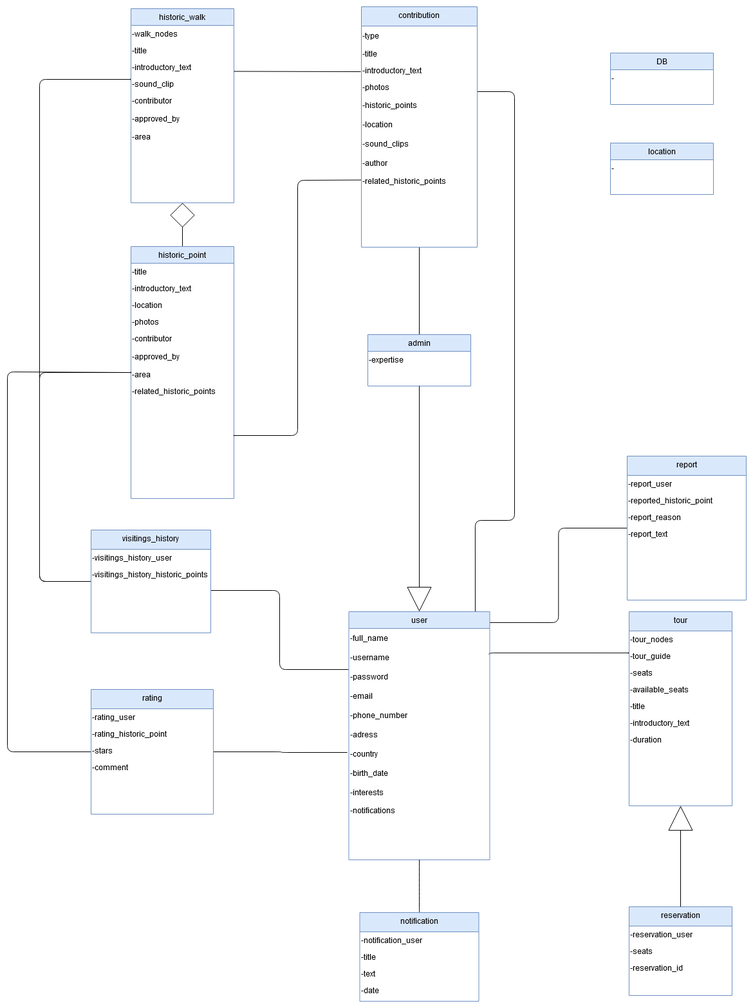
Before: NOTES/Domain Model.png, a diagram exported from draw.io (Nektar24/software-engineering). Source tidied: cells renumbered, new cells last; positions are measured from the earlier drawing's top-left corner, leaving out a move shared by most shapes.
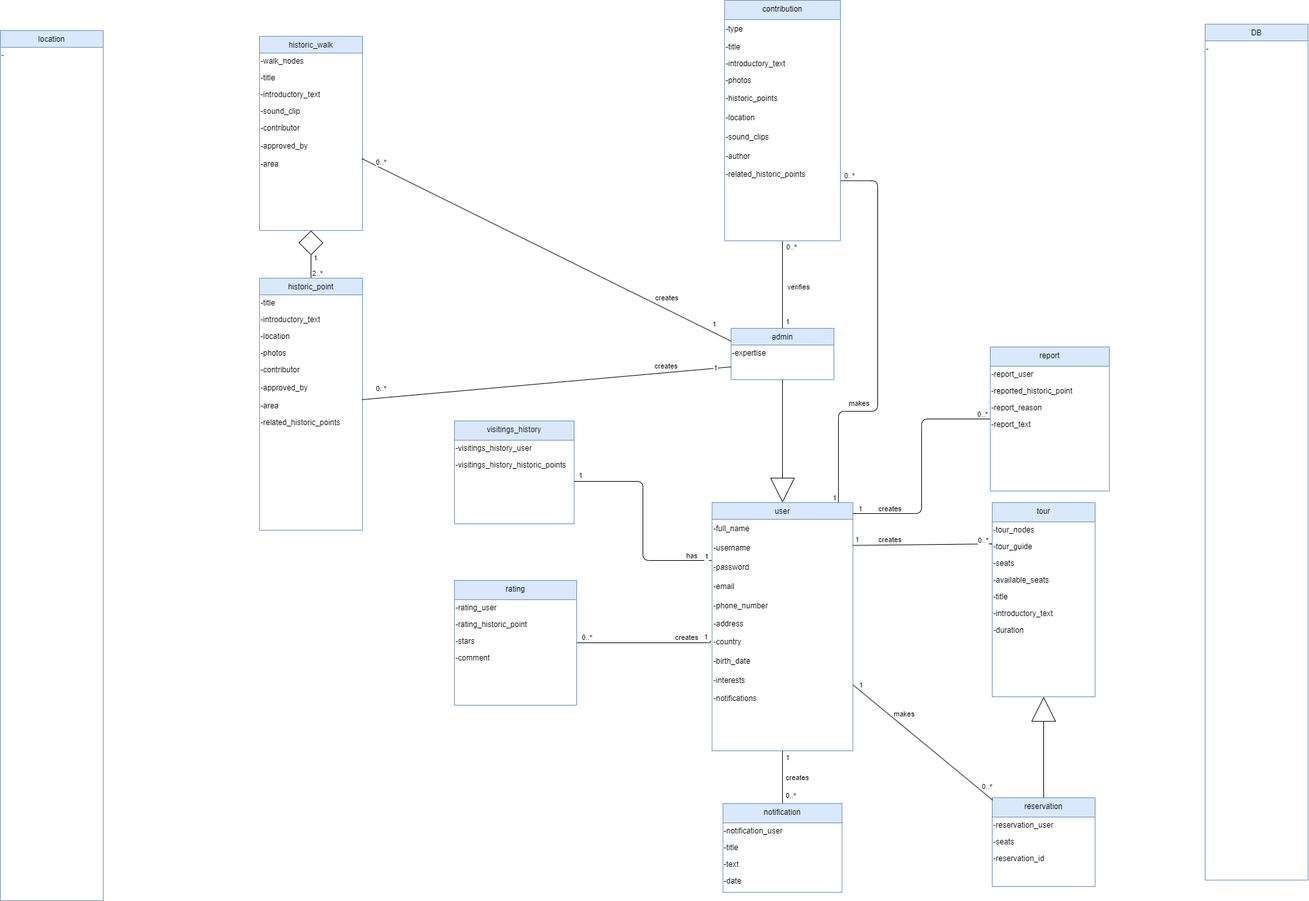
After the commit.

Commit message:
domain model improvements

What changed in the source:
```diff
@@ -4,5 +4,4 @@
     <mxCell id="1" parent="0" />
-    <mxCell id="2" style="edgeStyle=orthogonalEdgeStyle;rounded=1;jettySize=auto;html=1;entryX=1;entryY=0.5;entryDx=0;entryDy=0;elbow=vertical;strokeColor=default;align=center;verticalAlign=middle;fontFamily=Helvetica;fontSize=11;fontColor=default;labelBackgroundColor=default;endArrow=baseDash;endFill=0;endSize=0;curved=0;exitX=0.897;exitY=0;exitDx=0;exitDy=0;exitPerimeter=0;" parent="1" edge="1" source="60">
+    <mxCell id="2" style="edgeStyle=orthogonalEdgeStyle;rounded=1;jettySize=auto;html=1;entryX=1;entryY=0.75;entryDx=0;entryDy=0;elbow=vertical;strokeColor=default;align=center;verticalAlign=middle;fontFamily=Helvetica;fontSize=11;fontColor=default;labelBackgroundColor=default;endArrow=baseDash;endFill=0;endSize=0;curved=0;exitX=0.897;exitY=0;exitDx=0;exitDy=0;exitPerimeter=0;" parent="1" edge="1" source="60" target="71">
       <mxGeometry relative="1" as="geometry">
-        <mxPoint x="730" y="132" as="targetPoint" />
         <Array as="points">
@@ -10,3 +9,3 @@
           <mxPoint x="788" y="799" />
-          <mxPoint x="788" y="132" />
+          <mxPoint x="788" y="441" />
         </Array>
@@ -14,2 +13,17 @@
     </mxCell>
+    <mxCell id="91" value="1" style="edgeLabel;html=1;align=center;verticalAlign=middle;" parent="2" vertex="1">
+      <mxGeometry x="-0.97" relative="1" as="geometry">
+        <mxPoint x="-7" y="2" as="offset" />
+      </mxGeometry>
+    </mxCell>
+    <mxCell id="92" value="makes" style="edgeLabel;html=1;align=center;verticalAlign=middle;" parent="2" vertex="1">
+      <mxGeometry x="-0.87" y="1" relative="1" as="geometry">
+        <mxPoint x="32" y="-113" as="offset" />
+      </mxGeometry>
+    </mxCell>
+    <mxCell id="93" value="0..*" style="edgeLabel;html=1;align=center;verticalAlign=middle;" parent="2" vertex="1">
+      <mxGeometry x="0.96" y="-2" relative="1" as="geometry">
+        <mxPoint x="1" y="-7" as="offset" />
+      </mxGeometry>
+    </mxCell>
     <mxCell id="3" style="edgeStyle=orthogonalEdgeStyle;rounded=1;jettySize=auto;html=1;exitX=-0.002;exitY=1.133;exitDx=0;exitDy=0;strokeColor=default;align=center;verticalAlign=middle;fontFamily=Helvetica;fontSize=11;fontColor=default;labelBackgroundColor=default;elbow=vertical;endArrow=baseDash;endFill=0;endSize=0;curved=0;exitPerimeter=0;" parent="1" edge="1" source="62">
@@ -23,9 +37,35 @@
     </mxCell>
+    <mxCell id="94" value="1" style="edgeLabel;html=1;align=center;verticalAlign=middle;" parent="3" vertex="1">
+      <mxGeometry x="-0.93" relative="1" as="geometry">
+        <mxPoint x="1" y="-7" as="offset" />
+      </mxGeometry>
+    </mxCell>
+    <mxCell id="95" value="1" style="edgeLabel;html=1;align=center;verticalAlign=middle;" parent="3" vertex="1">
+      <mxGeometry x="0.93" relative="1" as="geometry">
+        <mxPoint x="-3" y="-10" as="offset" />
+      </mxGeometry>
+    </mxCell>
+    <mxCell id="96" value="has" style="edgeLabel;html=1;align=center;verticalAlign=middle;" parent="3" vertex="1">
+      <mxGeometry x="-0.76" y="-1" relative="1" as="geometry">
+        <mxPoint x="8" y="-7" as="offset" />
+      </mxGeometry>
+    </mxCell>
-    <mxCell id="4" style="edgeStyle=orthogonalEdgeStyle;rounded=1;jettySize=auto;html=1;strokeColor=default;align=center;verticalAlign=middle;fontFamily=Helvetica;fontSize=11;fontColor=default;labelBackgroundColor=default;elbow=vertical;endArrow=baseDash;endFill=0;endSize=0;curved=0;exitX=0.996;exitY=0.353;exitDx=0;exitDy=0;exitPerimeter=0;entryX=-0.007;entryY=0.317;entryDx=0;entryDy=0;entryPerimeter=0;" parent="1" edge="1" source="62" target="37">
-      <mxGeometry relative="1" as="geometry">
-        <Array as="points">
-          <mxPoint x="749" y="1005" />
-        </Array>
-      </mxGeometry>
+    <mxCell id="4" style="rounded=1;jettySize=auto;html=1;strokeColor=default;align=center;verticalAlign=middle;fontFamily=Helvetica;fontSize=11;fontColor=default;labelBackgroundColor=default;elbow=vertical;endArrow=baseDash;endFill=0;endSize=0;exitX=0.996;exitY=0.353;exitDx=0;exitDy=0;exitPerimeter=0;entryX=-0.007;entryY=0.317;entryDx=0;entryDy=0;entryPerimeter=0;" parent="1" edge="1" source="62" target="37">
+      <mxGeometry relative="1" as="geometry" />
     </mxCell>
+    <mxCell id="97" value="1" style="edgeLabel;html=1;align=center;verticalAlign=middle;" parent="4" vertex="1">
+      <mxGeometry x="-0.85" y="-1" relative="1" as="geometry">
+        <mxPoint x="-9" y="-11" as="offset" />
+      </mxGeometry>
+    </mxCell>
+    <mxCell id="98" value="0..*" style="edgeLabel;html=1;align=center;verticalAlign=middle;" parent="4" vertex="1">
+      <mxGeometry x="0.85" y="-1" relative="1" as="geometry">
+        <mxPoint x="2" y="-8" as="offset" />
+      </mxGeometry>
+    </mxCell>
+    <mxCell id="99" value="creates" style="edgeLabel;html=1;align=center;verticalAlign=middle;" parent="4" vertex="1">
+      <mxGeometry x="-0.27" y="-1" relative="1" as="geometry">
+        <mxPoint x="-23" y="-10" as="offset" />
+      </mxGeometry>
+    </mxCell>
     <mxCell id="5" style="edgeStyle=orthogonalEdgeStyle;curved=0;rounded=1;jettySize=auto;html=1;entryX=0;entryY=0.5;entryDx=0;entryDy=0;strokeColor=default;align=center;verticalAlign=middle;fontFamily=Helvetica;fontSize=11;fontColor=default;labelBackgroundColor=default;elbow=vertical;endArrow=baseDash;endFill=0;endSize=0;exitX=0.996;exitY=0.044;exitDx=0;exitDy=0;exitPerimeter=0;" parent="1" edge="1" source="60" target="47">
@@ -33,5 +73,39 @@
     </mxCell>
+    <mxCell id="100" value="1" style="edgeLabel;html=1;align=center;verticalAlign=middle;" parent="5" vertex="1">
+      <mxGeometry x="-0.88" y="1" relative="1" as="geometry">
+        <mxPoint x="-11" y="-7" as="offset" />
+      </mxGeometry>
+    </mxCell>
+    <mxCell id="101" value="creates" style="edgeLabel;html=1;align=center;verticalAlign=middle;" parent="5" vertex="1">
+      <mxGeometry x="-0.68" y="1" relative="1" as="geometry">
+        <mxPoint y="-7" as="offset" />
+      </mxGeometry>
+    </mxCell>
+    <mxCell id="102" value="0..*" style="edgeLabel;html=1;align=center;verticalAlign=middle;" parent="5" vertex="1">
+      <mxGeometry x="0.91" y="1" relative="1" as="geometry">
+        <mxPoint x="3" y="-7" as="offset" />
+      </mxGeometry>
+    </mxCell>
     <mxCell id="6" style="edgeStyle=orthogonalEdgeStyle;curved=0;rounded=1;jettySize=auto;html=1;entryX=1;entryY=0.5;entryDx=0;entryDy=0;strokeColor=default;align=center;verticalAlign=middle;fontFamily=Helvetica;fontSize=11;fontColor=default;labelBackgroundColor=default;elbow=vertical;endArrow=baseDash;endFill=0;endSize=0;exitX=-0.011;exitY=0.433;exitDx=0;exitDy=0;exitPerimeter=0;" parent="1" edge="1" source="67" target="53">
-      <mxGeometry relative="1" as="geometry" />
+      <mxGeometry relative="1" as="geometry">
+        <Array as="points">
+          <mxPoint x="528" y="1159" />
+        </Array>
+      </mxGeometry>
     </mxCell>
+    <mxCell id="103" value="1" style="edgeLabel;html=1;align=center;verticalAlign=middle;" parent="6" vertex="1">
+      <mxGeometry x="-0.85" y="-1" relative="1" as="geometry">
+        <mxPoint x="4" y="-9" as="offset" />
+      </mxGeometry>
+    </mxCell>
+    <mxCell id="104" value="0..*" style="edgeLabel;html=1;align=center;verticalAlign=middle;" parent="6" vertex="1">
+      <mxGeometry x="0.87" y="1" relative="1" as="geometry">
+        <mxPoint x="1" y="-10" as="offset" />
+      </mxGeometry>
+    </mxCell>
+    <mxCell id="105" value="creates" style="edgeLabel;html=1;align=center;verticalAlign=middle;" parent="6" vertex="1">
+      <mxGeometry x="-0.64" relative="1" as="geometry">
+        <mxPoint x="-4" y="-9" as="offset" />
+      </mxGeometry>
+    </mxCell>
     <mxCell id="7" style="edgeStyle=orthogonalEdgeStyle;curved=0;rounded=1;jettySize=auto;html=1;exitX=0.5;exitY=0;exitDx=0;exitDy=0;entryX=0.5;entryY=1;entryDx=0;entryDy=0;strokeColor=default;align=center;verticalAlign=middle;fontFamily=Helvetica;fontSize=11;fontColor=default;labelBackgroundColor=default;elbow=vertical;endArrow=baseDash;endFill=0;endSize=0;" parent="1" edge="1" source="8" target="71">
@@ -39,4 +113,19 @@
     </mxCell>
+    <mxCell id="106" value="verifies" style="edgeLabel;html=1;align=center;verticalAlign=middle;" parent="7" vertex="1">
+      <mxGeometry x="-0.77" relative="1" as="geometry">
+        <mxPoint x="24" y="-50" as="offset" />
+      </mxGeometry>
+    </mxCell>
+    <mxCell id="107" value="1" style="edgeLabel;html=1;align=center;verticalAlign=middle;" parent="7" vertex="1">
+      <mxGeometry x="-0.83" relative="1" as="geometry">
+        <mxPoint x="7" y="1" as="offset" />
+      </mxGeometry>
+    </mxCell>
+    <mxCell id="108" value="0..*" style="edgeLabel;html=1;align=center;verticalAlign=middle;" parent="7" vertex="1">
+      <mxGeometry x="0.86" relative="1" as="geometry">
+        <mxPoint x="13" as="offset" />
+      </mxGeometry>
+    </mxCell>
     <mxCell id="8" value="admin" style="swimlane;fontStyle=0;align=center;verticalAlign=top;horizontal=1;startSize=26;rounded=0;shadow=0;strokeWidth=1;fillColor=#dae8fc;strokeColor=#6c8ebf;" parent="1" vertex="1">
-      <mxGeometry x="560" y="510" width="160" height="80" as="geometry" />
+      <mxGeometry x="560" y="670" width="160" height="80" as="geometry" />
     </mxCell>
@@ -49,3 +138,3 @@
     <mxCell id="11" value="historic_walk" style="swimlane;fontStyle=0;align=center;verticalAlign=top;horizontal=1;startSize=26;rounded=0;shadow=0;strokeWidth=1;fillColor=#dae8fc;strokeColor=#6c8ebf;" parent="1" vertex="1">
-      <mxGeometry x="192" y="3" width="160" height="302" as="geometry" />
+      <mxGeometry x="-173" y="216" width="160" height="302" as="geometry" />
     </mxCell>
@@ -75,4 +164,14 @@
     </mxCell>
+    <mxCell id="109" value="2..*" style="edgeLabel;html=1;align=center;verticalAlign=middle;" parent="19" vertex="1">
+      <mxGeometry x="-0.69" y="-2" relative="1" as="geometry">
+        <mxPoint x="7" y="4" as="offset" />
+      </mxGeometry>
+    </mxCell>
+    <mxCell id="110" value="1" style="edgeLabel;html=1;align=center;verticalAlign=middle;" parent="19" vertex="1">
+      <mxGeometry x="-0.14" y="-1" relative="1" as="geometry">
+        <mxPoint x="5" as="offset" />
+      </mxGeometry>
+    </mxCell>
     <mxCell id="20" value="historic_point" style="swimlane;fontStyle=0;align=center;verticalAlign=top;horizontal=1;startSize=26;rounded=0;shadow=0;strokeWidth=1;fillColor=#dae8fc;strokeColor=#6c8ebf;" parent="1" vertex="1">
-      <mxGeometry x="192" y="373" width="160" height="392" as="geometry" />
+      <mxGeometry x="-173" y="592" width="160" height="392" as="geometry" />
     </mxCell>
@@ -102,26 +201,2 @@
     </mxCell>
-    <mxCell id="29" style="edgeStyle=orthogonalEdgeStyle;curved=0;rounded=1;jettySize=auto;html=1;exitX=0;exitY=0.75;exitDx=0;exitDy=0;entryX=1;entryY=0.75;entryDx=0;entryDy=0;strokeColor=default;align=center;verticalAlign=middle;fontFamily=Helvetica;fontSize=11;fontColor=default;labelBackgroundColor=default;elbow=vertical;endArrow=baseDash;endFill=0;endSize=0;" parent="1" edge="1" target="20">
-      <mxGeometry relative="1" as="geometry">
-        <mxPoint x="550" y="269.5" as="sourcePoint" />
-      </mxGeometry>
-    </mxCell>
-    <mxCell id="30" style="edgeStyle=orthogonalEdgeStyle;rounded=1;jettySize=auto;html=1;strokeColor=default;align=center;verticalAlign=middle;fontFamily=Helvetica;fontSize=11;fontColor=default;labelBackgroundColor=default;elbow=vertical;endArrow=baseDash;entryX=0;entryY=0.5;entryDx=0;entryDy=0;endFill=0;endSize=0;curved=0;exitX=0;exitY=0.5;exitDx=0;exitDy=0;" parent="1" edge="1" source="32" target="20">
-      <mxGeometry relative="1" as="geometry">
-        <Array as="points">
-          <mxPoint x="117" y="894" />
-          <mxPoint x="50" y="894" />
-          <mxPoint x="50" y="569" />
-        </Array>
-      </mxGeometry>
-    </mxCell>
-    <mxCell id="31" style="edgeStyle=orthogonalEdgeStyle;curved=0;rounded=1;jettySize=auto;html=1;strokeColor=default;align=center;verticalAlign=middle;fontFamily=Helvetica;fontSize=11;fontColor=default;labelBackgroundColor=default;elbow=vertical;endArrow=baseDash;endFill=0;endSize=0;exitX=0;exitY=0.5;exitDx=0;exitDy=0;" parent="1" edge="1" source="32">
-      <mxGeometry relative="1" as="geometry">
-        <mxPoint x="191" y="113" as="targetPoint" />
-        <Array as="points">
-          <mxPoint x="117" y="894" />
-          <mxPoint x="50" y="894" />
-          <mxPoint x="50" y="113" />
-        </Array>
-      </mxGeometry>
-    </mxCell>
     <mxCell id="32" value="visitings_history" style="swimlane;fontStyle=0;align=center;verticalAlign=top;horizontal=1;startSize=30;rounded=0;shadow=0;strokeWidth=1;fillColor=#dae8fc;strokeColor=#6c8ebf;" parent="1" vertex="1">
@@ -186,10 +261,2 @@
     </mxCell>
-    <mxCell id="52" style="edgeStyle=orthogonalEdgeStyle;curved=0;rounded=1;jettySize=auto;html=1;exitX=0;exitY=0.5;exitDx=0;exitDy=0;entryX=0;entryY=0.5;entryDx=0;entryDy=0;strokeColor=default;align=center;verticalAlign=middle;fontFamily=Helvetica;fontSize=11;fontColor=default;labelBackgroundColor=default;elbow=vertical;endArrow=baseDash;endFill=0;endSize=0;" parent="1" edge="1" source="53" target="20">
-      <mxGeometry relative="1" as="geometry">
-        <Array as="points">
-          <mxPoint y="1159" />
-          <mxPoint y="568" />
-        </Array>
-      </mxGeometry>
-    </mxCell>
     <mxCell id="53" value="rating" style="swimlane;fontStyle=0;align=center;verticalAlign=top;horizontal=1;startSize=30;rounded=0;shadow=0;strokeWidth=1;fillColor=#dae8fc;strokeColor=#6c8ebf;" parent="1" vertex="1">
@@ -212,7 +279,2 @@
     </mxCell>
-    <mxCell id="59" style="endArrow=none;html=1;rounded=1;exitX=1;exitY=0.751;exitDx=0;exitDy=0;curved=0;exitPerimeter=0;" parent="1" edge="1" source="14">
-      <mxGeometry relative="1" as="geometry">
-        <mxPoint x="549" y="101" as="targetPoint" />
-      </mxGeometry>
-    </mxCell>
     <mxCell id="60" value="user" style="swimlane;fontStyle=0;align=center;verticalAlign=top;horizontal=1;startSize=26;rounded=0;shadow=0;strokeWidth=1;fillColor=#dae8fc;strokeColor=#6c8ebf;" parent="1" vertex="1">
@@ -235,19 +297,19 @@
     </mxCell>
-    <mxCell id="66" value="-adress" style="text;html=1;align=left;verticalAlign=middle;strokeColor=none;fillColor=none;fontSize=12;" parent="60" vertex="1">
-      <mxGeometry y="176" width="219" height="30" as="geometry" />
+    <mxCell id="66" value="-address" style="text;html=1;align=left;verticalAlign=middle;strokeColor=none;fillColor=none;fontSize=12;" parent="60" vertex="1">
+      <mxGeometry y="176" width="219" height="26" as="geometry" />
     </mxCell>
     <mxCell id="67" value="-country" style="text;html=1;align=left;verticalAlign=middle;points=[];strokeColor=none;fillColor=none;fontSize=12;" parent="60" vertex="1">
-      <mxGeometry y="206" width="219" height="30" as="geometry" />
+      <mxGeometry y="202" width="219" height="30" as="geometry" />
     </mxCell>
     <mxCell id="68" value="-birth_date" style="text;html=1;align=left;verticalAlign=middle;strokeColor=none;fillColor=none;fontSize=12;" parent="60" vertex="1">
-      <mxGeometry y="236" width="219" height="30" as="geometry" />
+      <mxGeometry y="232" width="219" height="30" as="geometry" />
     </mxCell>
     <mxCell id="69" value="-interests" style="text;html=1;align=left;verticalAlign=middle;strokeColor=none;fillColor=none;fontSize=12;" parent="60" vertex="1">
-      <mxGeometry y="266" width="219" height="30" as="geometry" />
+      <mxGeometry y="262" width="219" height="30" as="geometry" />
     </mxCell>
     <mxCell id="70" value="-notifications" style="text;html=1;align=left;verticalAlign=middle;strokeColor=none;fillColor=none;fontSize=12;" parent="60" vertex="1">
-      <mxGeometry y="296" width="219" height="26" as="geometry" />
+      <mxGeometry y="292" width="219" height="26" as="geometry" />
     </mxCell>
     <mxCell id="71" value="contribution" style="swimlane;fontStyle=0;align=center;verticalAlign=top;horizontal=1;startSize=30;rounded=0;shadow=0;strokeWidth=1;fillColor=#dae8fc;strokeColor=#6c8ebf;" parent="1" vertex="1">
-      <mxGeometry x="550" width="180" height="374" as="geometry" />
+      <mxGeometry x="550" y="160" width="180" height="374" as="geometry" />
     </mxCell>
@@ -283,2 +345,17 @@
     </mxCell>
+    <mxCell id="111" value="creates" style="edgeLabel;html=1;align=center;verticalAlign=middle;" parent="81" vertex="1">
+      <mxGeometry x="0.08" y="-1" relative="1" as="geometry">
+        <mxPoint x="21" y="4" as="offset" />
+      </mxGeometry>
+    </mxCell>
+    <mxCell id="112" value="1" style="edgeLabel;html=1;align=center;verticalAlign=middle;" parent="81" vertex="1">
+      <mxGeometry x="0.79" y="-2" relative="1" as="geometry">
+        <mxPoint x="5" as="offset" />
+      </mxGeometry>
+    </mxCell>
+    <mxCell id="113" value="0..*" style="edgeLabel;html=1;align=center;verticalAlign=middle;" parent="81" vertex="1">
+      <mxGeometry x="-0.72" y="-1" relative="1" as="geometry">
+        <mxPoint x="11" y="-1" as="offset" />
+      </mxGeometry>
+    </mxCell>
     <mxCell id="82" value="notification" style="swimlane;fontStyle=0;align=center;verticalAlign=top;horizontal=1;startSize=30;rounded=0;shadow=0;strokeWidth=1;fillColor=#dae8fc;strokeColor=#6c8ebf;" parent="1" vertex="1">
@@ -299,3 +376,3 @@
     <mxCell id="87" value="DB" style="swimlane;fontStyle=0;align=center;verticalAlign=top;horizontal=1;startSize=26;rounded=0;shadow=0;strokeWidth=1;fillColor=#dae8fc;strokeColor=#6c8ebf;" parent="1" vertex="1">
-      <mxGeometry x="937" y="72" width="160" height="80" as="geometry" />
+      <mxGeometry x="1297" y="197" width="160" height="1331" as="geometry" />
     </mxCell>
@@ -305,3 +382,3 @@
     <mxCell id="89" value="location" style="swimlane;fontStyle=0;align=center;verticalAlign=top;horizontal=1;startSize=26;rounded=0;shadow=0;strokeWidth=1;fillColor=#dae8fc;strokeColor=#6c8ebf;" parent="1" vertex="1">
-      <mxGeometry x="937" y="212" width="160" height="80" as="geometry" />
+      <mxGeometry x="-576" y="207" width="160" height="1353" as="geometry" />
     </mxCell>
@@ -310,2 +387,56 @@
     </mxCell>
+    <mxCell id="114" style="rounded=1;jettySize=auto;html=1;exitX=0;exitY=0.25;exitDx=0;exitDy=0;strokeColor=default;align=center;verticalAlign=middle;fontFamily=Helvetica;fontSize=11;fontColor=default;labelBackgroundColor=default;elbow=vertical;endArrow=baseDash;endFill=0;endSize=0;" parent="1" edge="1" source="8" target="11">
+      <mxGeometry relative="1" as="geometry" />
+    </mxCell>
+    <mxCell id="115" value="creates" style="edgeLabel;html=1;align=center;verticalAlign=middle;" parent="114" vertex="1">
+      <mxGeometry x="-0.77" relative="1" as="geometry">
+        <mxPoint x="-34" y="-35" as="offset" />
+      </mxGeometry>
+    </mxCell>
+    <mxCell id="116" value="1" style="edgeLabel;html=1;align=center;verticalAlign=middle;" parent="114" vertex="1">
+      <mxGeometry x="-0.83" relative="1" as="geometry">
+        <mxPoint x="22" y="-3" as="offset" />
+      </mxGeometry>
+    </mxCell>
+    <mxCell id="117" value="0..*" style="edgeLabel;html=1;align=center;verticalAlign=middle;" parent="114" vertex="1">
+      <mxGeometry x="0.86" relative="1" as="geometry">
+        <mxPoint x="-12" y="-15" as="offset" />
+      </mxGeometry>
+    </mxCell>
+    <mxCell id="118" style="rounded=1;jettySize=auto;html=1;exitX=0;exitY=0.75;exitDx=0;exitDy=0;strokeColor=default;align=center;verticalAlign=middle;fontFamily=Helvetica;fontSize=11;fontColor=default;labelBackgroundColor=default;elbow=vertical;endArrow=baseDash;endFill=0;endSize=0;" parent="1" edge="1" source="8" target="20">
+      <mxGeometry relative="1" as="geometry" />
+    </mxCell>
+    <mxCell id="119" value="creates" style="edgeLabel;html=1;align=center;verticalAlign=middle;" parent="118" vertex="1">
+      <mxGeometry x="-0.77" relative="1" as="geometry">
+        <mxPoint x="-35" y="-8" as="offset" />
+      </mxGeometry>
+    </mxCell>
+    <mxCell id="120" value="1" style="edgeLabel;html=1;align=center;verticalAlign=middle;" parent="118" vertex="1">
+      <mxGeometry x="-0.83" relative="1" as="geometry">
+        <mxPoint x="22" y="-3" as="offset" />
+      </mxGeometry>
+    </mxCell>
+    <mxCell id="121" value="0..*" style="edgeLabel;html=1;align=center;verticalAlign=middle;" parent="118" vertex="1">
+      <mxGeometry x="0.86" relative="1" as="geometry">
+        <mxPoint x="-12" y="-15" as="offset" />
+      </mxGeometry>
+    </mxCell>
+    <mxCell id="122" style="rounded=1;jettySize=auto;html=1;strokeColor=default;align=center;verticalAlign=middle;fontFamily=Helvetica;fontSize=11;fontColor=default;labelBackgroundColor=default;elbow=vertical;endArrow=baseDash;endFill=0;endSize=0;" parent="1" edge="1" source="60" target="43">
+      <mxGeometry relative="1" as="geometry" />
+    </mxCell>
+    <mxCell id="123" value="1" style="edgeLabel;html=1;align=center;verticalAlign=middle;" parent="122" vertex="1">
+      <mxGeometry x="-0.85" y="-1" relative="1" as="geometry">
+        <mxPoint x="-4" y="-14" as="offset" />
+      </mxGeometry>
+    </mxCell>
+    <mxCell id="124" value="0..*" style="edgeLabel;html=1;align=center;verticalAlign=middle;" parent="122" vertex="1">
+      <mxGeometry x="0.85" y="-1" relative="1" as="geometry">
+        <mxPoint x="7" y="-9" as="offset" />
+      </mxGeometry>
+    </mxCell>
+    <mxCell id="125" value="makes" style="edgeLabel;html=1;align=center;verticalAlign=middle;" parent="122" vertex="1">
+      <mxGeometry x="-0.27" y="-1" relative="1" as="geometry">
+        <mxPoint y="-22" as="offset" />
+      </mxGeometry>
+    </mxCell>
   </root>
```
